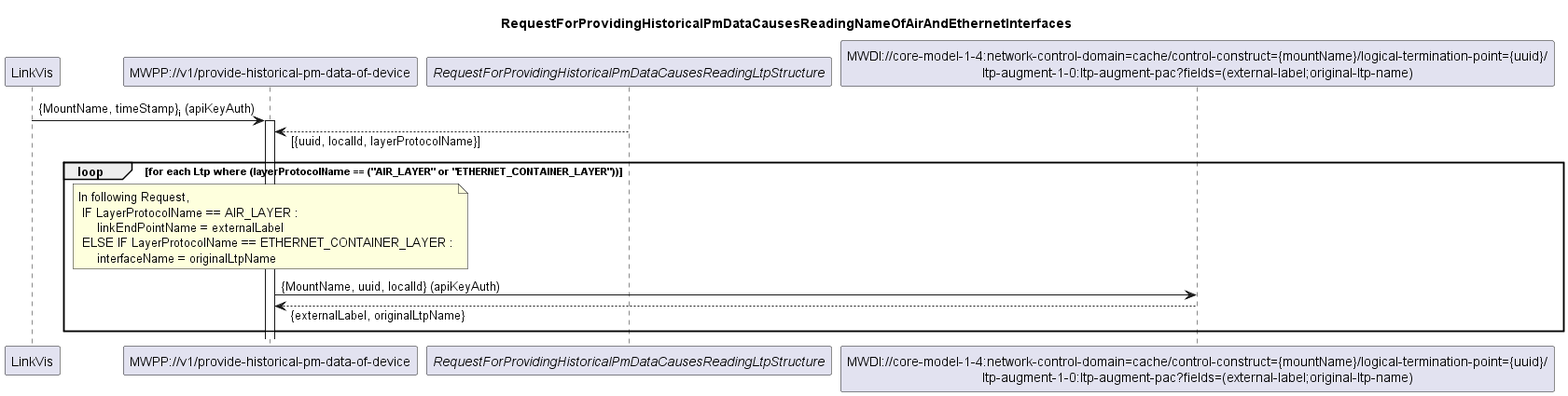
Earlier version of the PlantUML export spec/diagrams/001_ReadingNameOfAirAndEthernetInterfaces.png (openBackhaul/MicroWavePerformanceProxy).
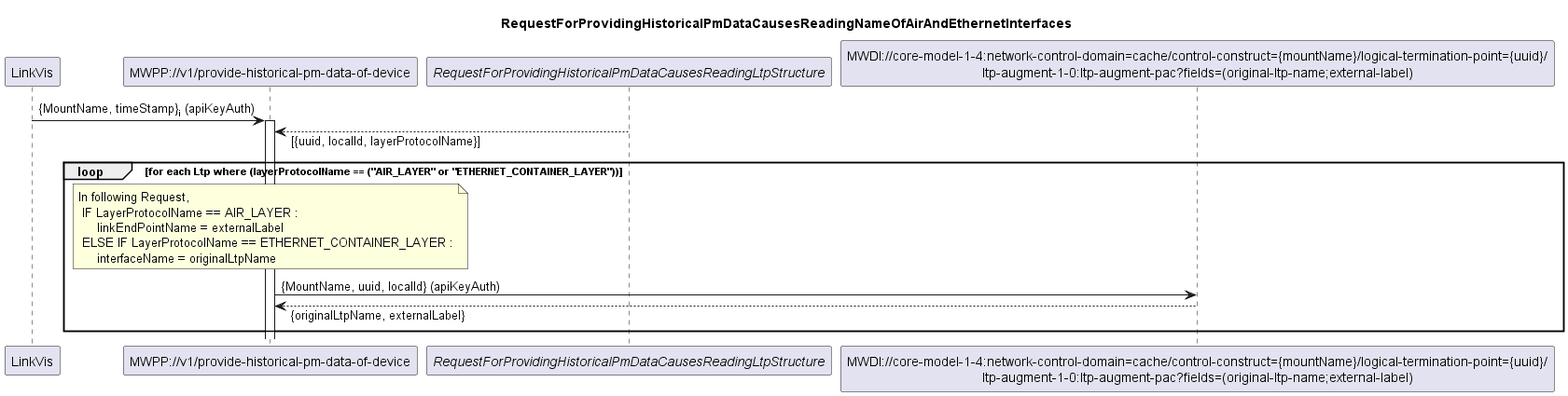
After the commit.

Diff of the diagram source:
```diff
@@ -8,7 +8,7 @@
 participant "LinkVis" as LinkVis
 participant "MWPP://v1/provide-historical-pm-data-of-device" as MWPP
 participant "<i>RequestForProvidingHistoricalPmDataCausesReadingLtpStructure</i>" as LTPs
-participant "MWDI://core-model-1-4:network-control-domain=cache/control-construct={mountName}/logical-termination-point={uuid}/\nltp-augment-1-0:ltp-augment-pac?fields=(external-label;original-ltp-name)" as LtpDesignation
+participant "MWDI://core-model-1-4:network-control-domain=cache/control-construct={mountName}/logical-termination-point={uuid}/\nltp-augment-1-0:ltp-augment-pac?fields=(original-ltp-name;external-label)" as LtpDesignation
 
 LinkVis -> MWPP: {MountName, timeStamp}<sub>i</sub> (apiKeyAuth)
 activate MWPP
@@ -26,7 +26,7 @@
 	end note
 
     MWPP -> LtpDesignation:{MountName, uuid, localId} (apiKeyAuth)
-    LtpDesignation --> MWPP: {externalLabel, originalLtpName}
+    LtpDesignation --> MWPP: {originalLtpName, externalLabel}
 
 end
 
```
